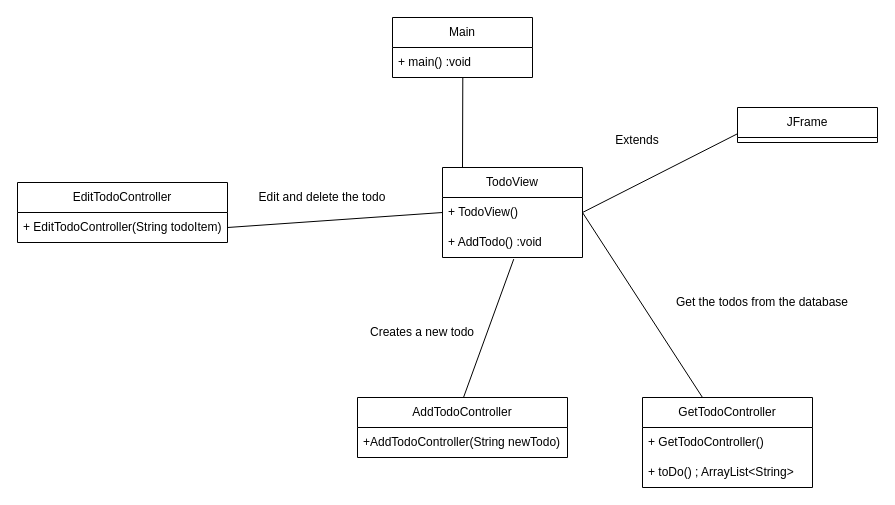
The draw.io diagram Class Diagram.drawio in Rick-VA/JavaDoit, before the edit. Source tidied: cells renumbered, new cells numbered last; positions are measured from the earlier drawing's top-left corner, leaving out a move shared by most shapes. Both pictures are drawn from the tidied source at 100%, with x=0, y=0 at pixel (17, 17).
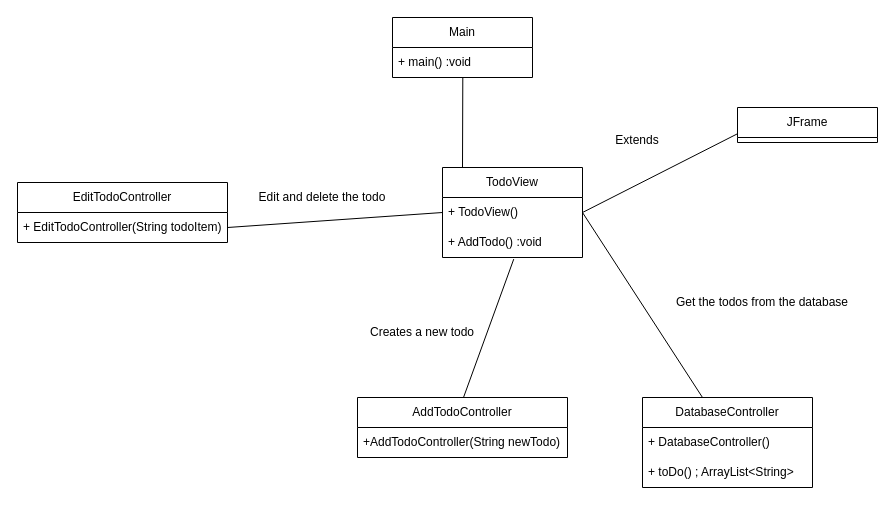
The same diagram, later.

Change to the diagram source:
```diff
@@
-    <mxCell id="15" value="GetTodoController" style="swimlane;fontStyle=0;horizontal=1;startSize=30;whiteSpace=wrap;html=1;" parent="1" vertex="1">
+    <mxCell id="15" value="DatabaseController" style="swimlane;fontStyle=0;horizontal=1;startSize=30;whiteSpace=wrap;html=1;" parent="1" vertex="1">
       <mxGeometry x="625" y="380" width="170" height="90" as="geometry" />
     </mxCell>
-    <mxCell id="16" value="+ GetTodoController()" style="text;strokeColor=none;fillColor=none;align=left;verticalAlign=middle;spacingLeft=4;spacingRight=4;overflow=hidden;whiteSpace=wrap;html=1;" parent="15" vertex="1">
+    <mxCell id="16" value="+ DatabaseController()" style="text;strokeColor=none;fillColor=none;align=left;verticalAlign=middle;spacingLeft=4;spacingRight=4;overflow=hidden;whiteSpace=wrap;html=1;" parent="15" vertex="1">
       <mxGeometry y="30" width="170" height="30" as="geometry" />
     </mxCell>
```
